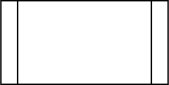
Above: Untitled Diagram.svg in whoUFO/abu (draw.io), before the change. Source tidied: cells renumbered, new cells last; positions are measured from the earlier drawing's top-left corner, leaving out a move shared by most shapes. Its diagram source:
```xml
<mxGraphModel>
  <root>
    <mxCell id="0" />
    <mxCell id="1" parent="0" />
    <mxCell id="2" style="shape=process;whiteSpace=wrap;html=1;backgroundOutline=1;" parent="1" vertex="1">
      <mxGeometry width="120" height="60" as="geometry" />
    </mxCell>
  </root>
</mxGraphModel>
```
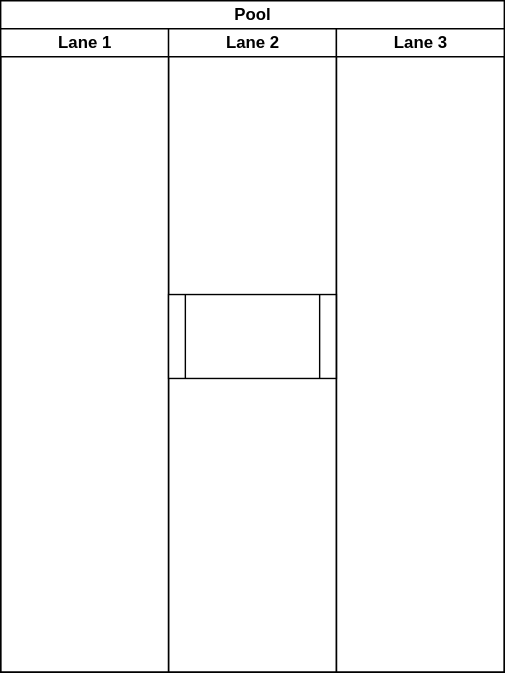
Above is the later version.

Change to the diagram source:
```diff
@@ -2,8 +2,20 @@
   <root>
     <mxCell id="0" />
     <mxCell id="1" parent="0" />
+    <mxCell id="3" value="Pool" style="swimlane;html=1;startSize=20;" parent="1" vertex="1">
+      <mxGeometry x="-280" y="-330" width="360" height="480" as="geometry" />
+    </mxCell>
+    <mxCell id="4" value="Lane 1" style="swimlane;html=1;startSize=20;" parent="3" vertex="1">
+      <mxGeometry y="20" width="120" height="460" as="geometry" />
+    </mxCell>
+    <mxCell id="5" value="Lane 2" style="swimlane;html=1;startSize=20;" parent="3" vertex="1">
+      <mxGeometry x="120" y="20" width="120" height="460" as="geometry" />
+    </mxCell>
-    <mxCell id="2" style="shape=process;whiteSpace=wrap;html=1;backgroundOutline=1;" parent="1" vertex="1">
-      <mxGeometry width="120" height="60" as="geometry" />
+    <mxCell id="2" style="shape=process;whiteSpace=wrap;html=1;backgroundOutline=1;" parent="5" vertex="1">
+      <mxGeometry y="190" width="120" height="60" as="geometry" />
     </mxCell>
+    <mxCell id="6" value="Lane 3" style="swimlane;html=1;startSize=20;" parent="3" vertex="1">
+      <mxGeometry x="240" y="20" width="120" height="460" as="geometry" />
+    </mxCell>
   </root>
 </mxGraphModel>
```
